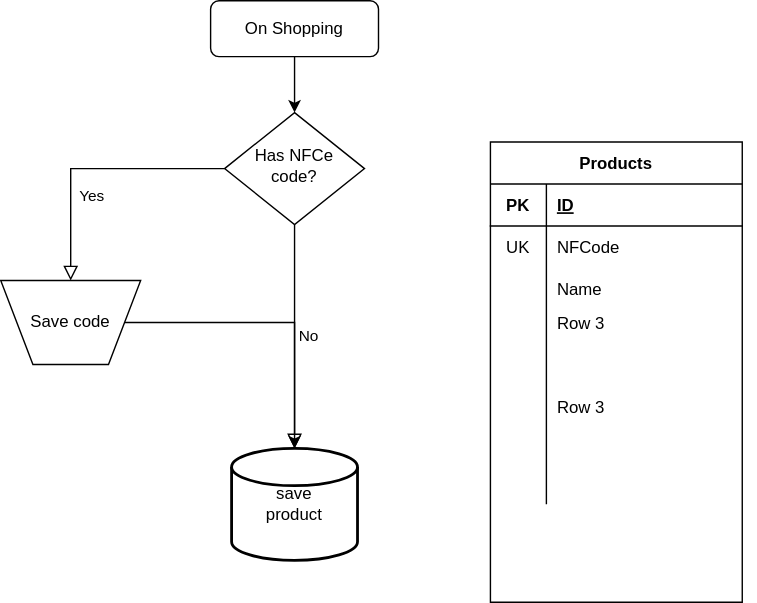
Above: dispensaMVP.drawio.svg in gabrielcruzg3/dispensa (draw.io), before the change. Source tidied: cells renumbered, new cells last; positions are measured from the earlier drawing's top-left corner, leaving out a move shared by most shapes.
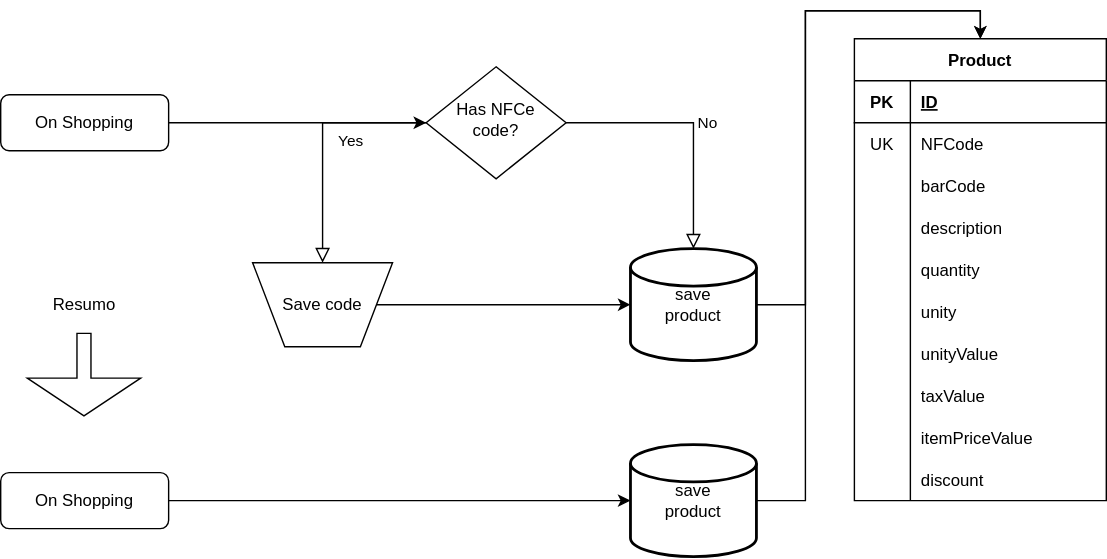
The same diagram one commit later.

Diff of the diagram source:
```diff
@@ -6,7 +6,7 @@
       <mxGeometry relative="1" as="geometry" />
     </mxCell>
     <mxCell id="3" value="On Shopping" style="rounded=1;whiteSpace=wrap;html=1;fontSize=12;glass=0;strokeWidth=1;shadow=0;" parent="1" vertex="1">
-      <mxGeometry x="150" width="120" height="40" as="geometry" />
+      <mxGeometry x="-180" y="40" width="120" height="40" as="geometry" />
     </mxCell>
     <mxCell id="4" value="Yes" style="rounded=0;html=1;jettySize=auto;fontSize=11;endArrow=block;endFill=0;endSize=8;strokeWidth=1;shadow=0;labelBackgroundColor=none;edgeStyle=orthogonalEdgeStyle;" parent="1" edge="1" source="6" target="8">
       <mxGeometry y="20" relative="1" as="geometry" />
@@ -15,19 +15,22 @@
       <mxGeometry y="10" relative="1" as="geometry" />
     </mxCell>
     <mxCell id="6" value="Has NFCe code?" style="rhombus;whiteSpace=wrap;html=1;shadow=0;fontFamily=Helvetica;fontSize=12;align=center;strokeWidth=1;spacing=6;spacingTop=-4;" parent="1" vertex="1">
-      <mxGeometry x="160" y="80" width="100" height="80" as="geometry" />
+      <mxGeometry x="124" y="20" width="100" height="80" as="geometry" />
     </mxCell>
     <mxCell id="7" style="edgeStyle=orthogonalEdgeStyle;rounded=0;jettySize=auto;html=1;" parent="1" edge="1" source="8" target="9">
       <mxGeometry relative="1" as="geometry" />
     </mxCell>
     <mxCell id="8" value="Save code&lt;br&gt;" style="verticalLabelPosition=middle;verticalAlign=middle;html=1;shape=trapezoid;perimeter=trapezoidPerimeter;whiteSpace=wrap;size=0.23;arcSize=10;flipV=1;labelPosition=center;align=center;" parent="1" vertex="1">
-      <mxGeometry y="200" width="100" height="60" as="geometry" />
+      <mxGeometry y="160" width="100" height="60" as="geometry" />
     </mxCell>
+    <mxCell id="24" style="edgeStyle=orthogonalEdgeStyle;rounded=0;jettySize=auto;html=1;entryX=0.5;entryY=0;entryDx=0;entryDy=0;" parent="1" edge="1" source="9" target="10">
+      <mxGeometry relative="1" as="geometry" />
+    </mxCell>
     <mxCell id="9" value="save&lt;br&gt;product" style="strokeWidth=2;html=1;shape=mxgraph.flowchart.database;whiteSpace=wrap;" parent="1" vertex="1">
-      <mxGeometry x="165" y="320" width="90" height="80" as="geometry" />
+      <mxGeometry x="270" y="150" width="90" height="80" as="geometry" />
     </mxCell>
-    <mxCell id="10" value="Products" style="shape=table;startSize=30;rowLines=0;fontStyle=1;align=center;" parent="1" vertex="1">
-      <mxGeometry x="350" y="101" width="180" height="329" as="geometry" />
+    <mxCell id="10" value="Product" style="shape=table;startSize=30;rowLines=0;fontStyle=1;align=center;" parent="1" vertex="1">
+      <mxGeometry x="430" width="180" height="330" as="geometry" />
     </mxCell>
     <mxCell id="11" style="shape=tableRow;horizontal=0;startSize=0;swimlaneHead=0;swimlaneBody=0;fillColor=none;top=0;left=0;right=0;bottom=1;" parent="10" vertex="1">
       <mxGeometry y="30" width="180" height="30" as="geometry" />
@@ -50,23 +53,95 @@
     <mxCell id="17" style="shape=tableRow;horizontal=0;startSize=0;swimlaneHead=0;swimlaneBody=0;fillColor=none;top=0;left=0;right=0;bottom=0;" parent="10" vertex="1">
       <mxGeometry y="90" width="180" height="30" as="geometry" />
     </mxCell>
-    <mxCell id="18" style="shape=partialRectangle;fillColor=none;top=0;left=0;bottom=0;right=0;overflow=hidden;" parent="17" vertex="1">
-      <mxGeometry width="40" height="30" as="geometry" />
-    </mxCell>
-    <mxCell id="19" value="Name" style="shape=partialRectangle;fillColor=none;top=0;left=0;bottom=0;right=0;align=left;spacingLeft=6;overflow=hidden;" parent="17" vertex="1">
-      <mxGeometry x="40" width="140" height="30" as="geometry" />
-    </mxCell>
-    <mxCell id="20" style="shape=tableRow;horizontal=0;startSize=0;swimlaneHead=0;swimlaneBody=0;fillColor=none;top=0;left=0;right=0;bottom=0;" parent="10" vertex="1">
-      <mxGeometry y="120" width="180" height="139" as="geometry" />
-    </mxCell>
-    <mxCell id="21" style="shape=partialRectangle;fillColor=none;top=0;left=0;bottom=0;right=0;overflow=hidden;" parent="20" vertex="1">
-      <mxGeometry width="40" height="139" as="geometry" />
-    </mxCell>
-    <mxCell id="22" value="Row 3" style="shape=partialRectangle;fillColor=none;top=0;left=0;bottom=0;right=0;align=left;spacingLeft=6;overflow=hidden;" parent="20" vertex="1">
-      <mxGeometry x="40" width="140" height="139" as="geometry" />
-    </mxCell>
-    <mxCell id="23" value="Row 3" style="shape=partialRectangle;fillColor=none;top=0;left=0;bottom=0;right=0;align=left;spacingLeft=6;overflow=hidden;" parent="1" vertex="1">
-      <mxGeometry x="390" y="215" width="150" height="30" as="geometry" />
-    </mxCell>
+    <mxCell id="25" style="shape=partialRectangle;fillColor=none;top=0;left=0;bottom=0;right=0;overflow=hidden;" parent="17" vertex="1">
+      <mxGeometry width="40" height="30" as="geometry" />
+    </mxCell>
+    <mxCell id="26" value="barCode" style="shape=partialRectangle;fillColor=none;top=0;left=0;bottom=0;right=0;align=left;spacingLeft=6;overflow=hidden;" parent="17" vertex="1">
+      <mxGeometry x="40" width="140" height="30" as="geometry" />
+    </mxCell>
+    <mxCell id="27" style="shape=tableRow;horizontal=0;startSize=0;swimlaneHead=0;swimlaneBody=0;fillColor=none;top=0;left=0;right=0;bottom=0;" parent="10" vertex="1">
+      <mxGeometry y="120" width="180" height="30" as="geometry" />
+    </mxCell>
+    <mxCell id="28" style="shape=partialRectangle;fillColor=none;top=0;left=0;bottom=0;right=0;overflow=hidden;" parent="27" vertex="1">
+      <mxGeometry width="40" height="30" as="geometry" />
+    </mxCell>
+    <mxCell id="29" value="description" style="shape=partialRectangle;fillColor=none;top=0;left=0;bottom=0;right=0;align=left;spacingLeft=6;overflow=hidden;" parent="27" vertex="1">
+      <mxGeometry x="40" width="140" height="30" as="geometry" />
+    </mxCell>
+    <mxCell id="30" style="shape=tableRow;horizontal=0;startSize=0;swimlaneHead=0;swimlaneBody=0;fillColor=none;top=0;left=0;right=0;bottom=0;" parent="10" vertex="1">
+      <mxGeometry y="150" width="180" height="30" as="geometry" />
+    </mxCell>
+    <mxCell id="31" style="shape=partialRectangle;fillColor=none;top=0;left=0;bottom=0;right=0;overflow=hidden;" parent="30" vertex="1">
+      <mxGeometry width="40" height="30" as="geometry" />
+    </mxCell>
+    <mxCell id="32" value="quantity" style="shape=partialRectangle;fillColor=none;top=0;left=0;bottom=0;right=0;align=left;spacingLeft=6;overflow=hidden;" parent="30" vertex="1">
+      <mxGeometry x="40" width="140" height="30" as="geometry" />
+    </mxCell>
+    <mxCell id="33" style="shape=tableRow;horizontal=0;startSize=0;swimlaneHead=0;swimlaneBody=0;fillColor=none;top=0;left=0;right=0;bottom=0;" parent="10" vertex="1">
+      <mxGeometry y="180" width="180" height="30" as="geometry" />
+    </mxCell>
+    <mxCell id="34" style="shape=partialRectangle;fillColor=none;top=0;left=0;bottom=0;right=0;overflow=hidden;" parent="33" vertex="1">
+      <mxGeometry width="40" height="30" as="geometry" />
+    </mxCell>
+    <mxCell id="35" value="unity" style="shape=partialRectangle;fillColor=none;top=0;left=0;bottom=0;right=0;align=left;spacingLeft=6;overflow=hidden;" parent="33" vertex="1">
+      <mxGeometry x="40" width="140" height="30" as="geometry" />
+    </mxCell>
+    <mxCell id="36" style="shape=tableRow;horizontal=0;startSize=0;swimlaneHead=0;swimlaneBody=0;fillColor=none;top=0;left=0;right=0;bottom=0;" parent="10" vertex="1">
+      <mxGeometry y="210" width="180" height="30" as="geometry" />
+    </mxCell>
+    <mxCell id="37" style="shape=partialRectangle;fillColor=none;top=0;left=0;bottom=0;right=0;overflow=hidden;" parent="36" vertex="1">
+      <mxGeometry width="40" height="30" as="geometry" />
+    </mxCell>
+    <mxCell id="38" value="unityValue" style="shape=partialRectangle;fillColor=none;top=0;left=0;bottom=0;right=0;align=left;spacingLeft=6;overflow=hidden;" parent="36" vertex="1">
+      <mxGeometry x="40" width="140" height="30" as="geometry" />
+    </mxCell>
+    <mxCell id="39" style="shape=tableRow;horizontal=0;startSize=0;swimlaneHead=0;swimlaneBody=0;fillColor=none;top=0;left=0;right=0;bottom=0;" parent="10" vertex="1">
+      <mxGeometry y="240" width="180" height="30" as="geometry" />
+    </mxCell>
+    <mxCell id="40" style="shape=partialRectangle;fillColor=none;top=0;left=0;bottom=0;right=0;overflow=hidden;" parent="39" vertex="1">
+      <mxGeometry width="40" height="30" as="geometry" />
+    </mxCell>
+    <mxCell id="41" value="taxValue" style="shape=partialRectangle;fillColor=none;top=0;left=0;bottom=0;right=0;align=left;spacingLeft=6;overflow=hidden;" parent="39" vertex="1">
+      <mxGeometry x="40" width="140" height="30" as="geometry" />
+    </mxCell>
+    <mxCell id="42" style="shape=tableRow;horizontal=0;startSize=0;swimlaneHead=0;swimlaneBody=0;fillColor=none;top=0;left=0;right=0;bottom=0;" parent="10" vertex="1">
+      <mxGeometry y="270" width="180" height="30" as="geometry" />
+    </mxCell>
+    <mxCell id="43" style="shape=partialRectangle;fillColor=none;top=0;left=0;bottom=0;right=0;overflow=hidden;" parent="42" vertex="1">
+      <mxGeometry width="40" height="30" as="geometry" />
+    </mxCell>
+    <mxCell id="44" value="itemPriceValue" style="shape=partialRectangle;fillColor=none;top=0;left=0;bottom=0;right=0;align=left;spacingLeft=6;overflow=hidden;" parent="42" vertex="1">
+      <mxGeometry x="40" width="140" height="30" as="geometry" />
+    </mxCell>
+    <mxCell id="45" style="shape=tableRow;horizontal=0;startSize=0;swimlaneHead=0;swimlaneBody=0;fillColor=none;top=0;left=0;right=0;bottom=0;" parent="10" vertex="1">
+      <mxGeometry y="300" width="180" height="30" as="geometry" />
+    </mxCell>
+    <mxCell id="46" style="shape=partialRectangle;fillColor=none;top=0;left=0;bottom=0;right=0;overflow=hidden;" parent="45" vertex="1">
+      <mxGeometry width="40" height="30" as="geometry" />
+    </mxCell>
+    <mxCell id="47" value="discount" style="shape=partialRectangle;fillColor=none;top=0;left=0;bottom=0;right=0;align=left;spacingLeft=6;overflow=hidden;" parent="45" vertex="1">
+      <mxGeometry x="40" width="140" height="30" as="geometry" />
+    </mxCell>
+    <mxCell id="48" style="shape=flexArrow;endArrow=classic;html=1;rounded=0;endWidth=70;endSize=8.67;" parent="1" edge="1">
+      <mxGeometry relative="1" as="geometry">
+        <mxPoint x="-120.5" y="210" as="sourcePoint" />
+        <mxPoint x="-120.5" y="270" as="targetPoint" />
+      </mxGeometry>
+    </mxCell>
+    <mxCell id="49" value="Resumo" style="text;html=1;strokeColor=none;fillColor=none;align=center;verticalAlign=middle;whiteSpace=wrap;rounded=0;" parent="1" vertex="1">
+      <mxGeometry x="-150" y="175" width="60" height="30" as="geometry" />
+    </mxCell>
+    <mxCell id="50" style="edgeStyle=orthogonalEdgeStyle;rounded=0;jettySize=auto;html=1;" parent="1" edge="1" source="51" target="53">
+      <mxGeometry relative="1" as="geometry" />
+    </mxCell>
+    <mxCell id="51" value="On Shopping" style="rounded=1;whiteSpace=wrap;html=1;fontSize=12;glass=0;strokeWidth=1;shadow=0;" parent="1" vertex="1">
+      <mxGeometry x="-180" y="310" width="120" height="40" as="geometry" />
+    </mxCell>
+    <mxCell id="52" style="edgeStyle=orthogonalEdgeStyle;rounded=0;jettySize=auto;html=1;entryX=0.5;entryY=0;entryDx=0;entryDy=0;" parent="1" edge="1" source="53" target="10">
+      <mxGeometry relative="1" as="geometry" />
+    </mxCell>
+    <mxCell id="53" value="save&lt;br&gt;product" style="strokeWidth=2;html=1;shape=mxgraph.flowchart.database;whiteSpace=wrap;" parent="1" vertex="1">
+      <mxGeometry x="270" y="290" width="90" height="80" as="geometry" />
+    </mxCell>
   </root>
 </mxGraphModel>
```
